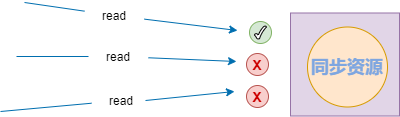
xlcoding/ImageHost keeps this draw.io diagram as imgs/悲观锁.png. Above is the earlier version. Source tidied: cells renumbered, new cells last; positions are measured from the earlier drawing's top-left corner, leaving out a move shared by most shapes. Its diagram source:
```xml
<mxGraphModel>
  <root>
    <mxCell id="0" />
    <mxCell id="1" parent="0" />
    <mxCell id="2" style="rounded=0;whiteSpace=wrap;html=1;fillColor=#e1d5e7;strokeColor=#9673a6;" parent="1" vertex="1">
      <mxGeometry x="290" y="12.5" width="109" height="103" as="geometry" />
    </mxCell>
    <mxCell id="3" value="&lt;font style=&quot;font-size: 18px&quot; color=&quot;#7ea6e0&quot;&gt;&lt;b&gt;同步资源&lt;/b&gt;&lt;/font&gt;" style="ellipse;whiteSpace=wrap;html=1;fillColor=#ffe6cc;strokeColor=#d79b00;" parent="1" vertex="1">
      <mxGeometry x="307" y="26.5" width="80" height="80" as="geometry" />
    </mxCell>
    <mxCell id="4" style="endArrow=classic;html=1;rounded=0;startArrow=none;fillColor=#1ba1e2;strokeColor=#006EAF;" parent="1" edge="1" source="7">
      <mxGeometry relative="1" as="geometry">
        <mxPoint x="237" y="30" as="targetPoint" />
      </mxGeometry>
    </mxCell>
    <mxCell id="5" style="endArrow=classic;html=1;rounded=0;startArrow=none;fillColor=#1ba1e2;strokeColor=#006EAF;" parent="1" edge="1" source="9">
      <mxGeometry relative="1" as="geometry">
        <mxPoint x="236" y="61" as="targetPoint" />
      </mxGeometry>
    </mxCell>
    <mxCell id="6" style="endArrow=classic;html=1;rounded=0;startArrow=none;fillColor=#1ba1e2;strokeColor=#006EAF;" parent="1" edge="1">
      <mxGeometry relative="1" as="geometry">
        <mxPoint x="145" y="100" as="sourcePoint" />
        <mxPoint x="234" y="91" as="targetPoint" />
      </mxGeometry>
    </mxCell>
    <mxCell id="7" value="read" style="text;html=1;strokeColor=none;fillColor=none;align=center;verticalAlign=middle;whiteSpace=wrap;rounded=0;" parent="1" vertex="1">
      <mxGeometry x="84" width="60" height="30" as="geometry" />
    </mxCell>
    <mxCell id="8" style="endArrow=none;html=1;rounded=0;fillColor=#1ba1e2;strokeColor=#006EAF;" parent="1" edge="1" target="7">
      <mxGeometry relative="1" as="geometry">
        <mxPoint x="24" y="2" as="sourcePoint" />
      </mxGeometry>
    </mxCell>
    <mxCell id="9" value="read" style="text;html=1;strokeColor=none;fillColor=none;align=center;verticalAlign=middle;whiteSpace=wrap;rounded=0;" parent="1" vertex="1">
      <mxGeometry x="88" y="41" width="60" height="30" as="geometry" />
    </mxCell>
    <mxCell id="10" style="endArrow=none;html=1;rounded=0;fillColor=#1ba1e2;strokeColor=#006EAF;" parent="1" edge="1" target="9">
      <mxGeometry relative="1" as="geometry">
        <mxPoint x="16" y="56" as="sourcePoint" />
      </mxGeometry>
    </mxCell>
    <mxCell id="11" value="read" style="text;html=1;strokeColor=none;fillColor=none;align=center;verticalAlign=middle;whiteSpace=wrap;rounded=0;" parent="1" vertex="1">
      <mxGeometry x="91" y="85" width="60" height="30" as="geometry" />
    </mxCell>
    <mxCell id="12" style="endArrow=none;html=1;rounded=0;fillColor=#1ba1e2;strokeColor=#006EAF;" parent="1" edge="1" target="11">
      <mxGeometry relative="1" as="geometry">
        <mxPoint y="111" as="sourcePoint" />
      </mxGeometry>
    </mxCell>
    <mxCell id="13" value="&lt;b&gt;&lt;font style=&quot;font-size: 14px&quot; color=&quot;#cc0000&quot;&gt;X&lt;/font&gt;&lt;/b&gt;" style="ellipse;whiteSpace=wrap;html=1;fillColor=#f8cecc;strokeColor=#b85450;" parent="1" vertex="1">
      <mxGeometry x="246" y="53" width="22" height="22" as="geometry" />
    </mxCell>
    <mxCell id="14" value="&lt;b&gt;&lt;font style=&quot;font-size: 14px&quot; color=&quot;#cc0000&quot;&gt;X&lt;/font&gt;&lt;/b&gt;" style="ellipse;whiteSpace=wrap;html=1;fillColor=#f8cecc;strokeColor=#b85450;" parent="1" vertex="1">
      <mxGeometry x="246" y="85" width="22" height="22" as="geometry" />
    </mxCell>
    <mxCell id="15" style="ellipse;whiteSpace=wrap;html=1;fillColor=#d5e8d4;strokeColor=#82b366;" parent="1" vertex="1">
      <mxGeometry x="249" y="21" width="22" height="22" as="geometry" />
    </mxCell>
    <mxCell id="16" style="verticalLabelPosition=bottom;verticalAlign=top;html=1;shape=mxgraph.basic.tick;fontSize=14;fontColor=#CC0000;" parent="1" vertex="1">
      <mxGeometry x="254" y="25.5" width="12" height="13" as="geometry" />
    </mxCell>
  </root>
</mxGraphModel>
```
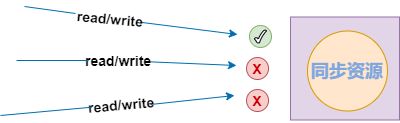
Later version of the same file.

Commit message:
更新悲观锁.png

Diff of the diagram source:
```diff
@@ -20,19 +20,20 @@
     </mxCell>
     <mxCell id="6" style="endArrow=classic;html=1;rounded=0;startArrow=none;fillColor=#1ba1e2;strokeColor=#006EAF;" parent="1" edge="1">
       <mxGeometry relative="1" as="geometry">
-        <mxPoint x="145" y="100" as="sourcePoint" />
+        <mxPoint x="150" y="100" as="sourcePoint" />
         <mxPoint x="234" y="91" as="targetPoint" />
       </mxGeometry>
     </mxCell>
-    <mxCell id="7" value="read" style="text;html=1;strokeColor=none;fillColor=none;align=center;verticalAlign=middle;whiteSpace=wrap;rounded=0;" parent="1" vertex="1">
-      <mxGeometry x="84" width="60" height="30" as="geometry" />
+    <mxCell id="7" value="&lt;b&gt;&lt;font style=&quot;font-size: 14px&quot;&gt;read/write&lt;/font&gt;&lt;/b&gt;" style="text;html=1;strokeColor=none;fillColor=none;align=center;verticalAlign=middle;whiteSpace=wrap;rounded=0;rotation=5;" parent="1" vertex="1">
+      <mxGeometry x="80" y="-1" width="60" height="30" as="geometry" />
     </mxCell>
-    <mxCell id="8" style="endArrow=none;html=1;rounded=0;fillColor=#1ba1e2;strokeColor=#006EAF;" parent="1" edge="1" target="7">
+    <mxCell id="8" style="endArrow=none;html=1;rounded=0;fillColor=#1ba1e2;strokeColor=#006EAF;" parent="1" edge="1">
       <mxGeometry relative="1" as="geometry">
         <mxPoint x="24" y="2" as="sourcePoint" />
+        <mxPoint x="75" y="9" as="targetPoint" />
       </mxGeometry>
     </mxCell>
-    <mxCell id="9" value="read" style="text;html=1;strokeColor=none;fillColor=none;align=center;verticalAlign=middle;whiteSpace=wrap;rounded=0;" parent="1" vertex="1">
+    <mxCell id="9" value="&lt;b&gt;&lt;font style=&quot;font-size: 14px&quot;&gt;read/write&lt;/font&gt;&lt;/b&gt;" style="text;html=1;strokeColor=none;fillColor=none;align=center;verticalAlign=middle;whiteSpace=wrap;rounded=0;" parent="1" vertex="1">
       <mxGeometry x="88" y="41" width="60" height="30" as="geometry" />
     </mxCell>
     <mxCell id="10" style="endArrow=none;html=1;rounded=0;fillColor=#1ba1e2;strokeColor=#006EAF;" parent="1" edge="1" target="9">
@@ -40,7 +41,7 @@
         <mxPoint x="16" y="56" as="sourcePoint" />
       </mxGeometry>
     </mxCell>
-    <mxCell id="11" value="read" style="text;html=1;strokeColor=none;fillColor=none;align=center;verticalAlign=middle;whiteSpace=wrap;rounded=0;" parent="1" vertex="1">
+    <mxCell id="11" value="&lt;b&gt;&lt;font style=&quot;font-size: 14px&quot;&gt;read/write&lt;/font&gt;&lt;/b&gt;" style="text;html=1;strokeColor=none;fillColor=none;align=center;verticalAlign=middle;whiteSpace=wrap;rounded=0;rotation=-5;" parent="1" vertex="1">
       <mxGeometry x="91" y="85" width="60" height="30" as="geometry" />
     </mxCell>
     <mxCell id="12" style="endArrow=none;html=1;rounded=0;fillColor=#1ba1e2;strokeColor=#006EAF;" parent="1" edge="1" target="11">
```
